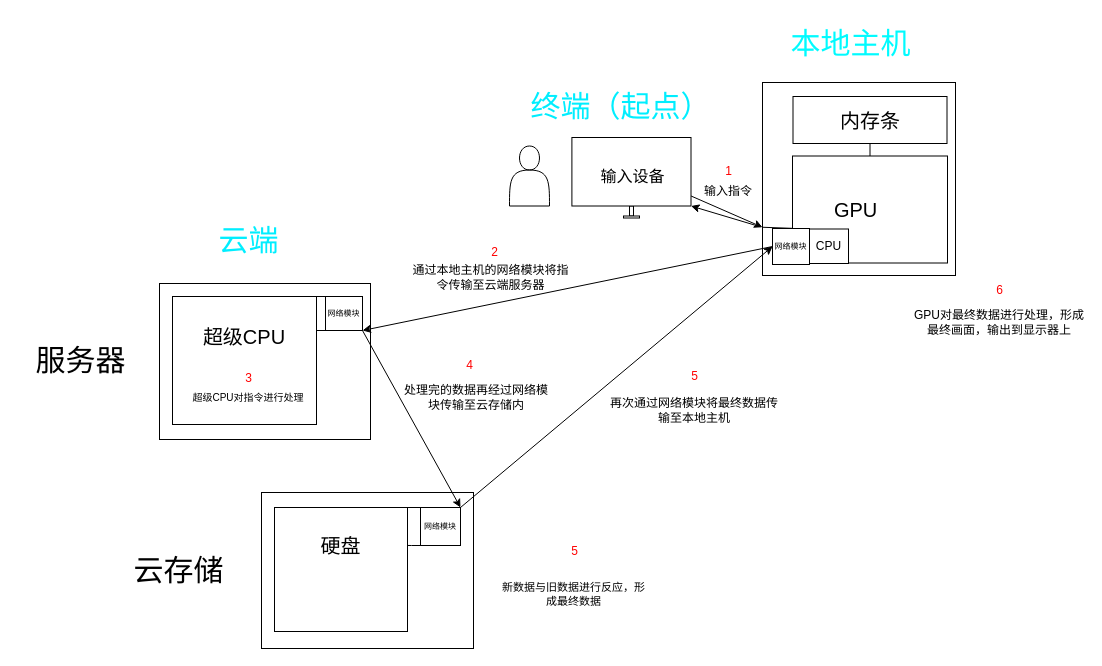
The draw.io diagram 新云技术.drawio in Yang66g/cloud-architecture, before the edit. Source tidied: cells renumbered, new cells numbered last; positions are measured from the earlier drawing's top-left corner, leaving out a move shared by most shapes. Both pictures are drawn from the tidied source at 100%, with x=0, y=0 at pixel (17, 17).
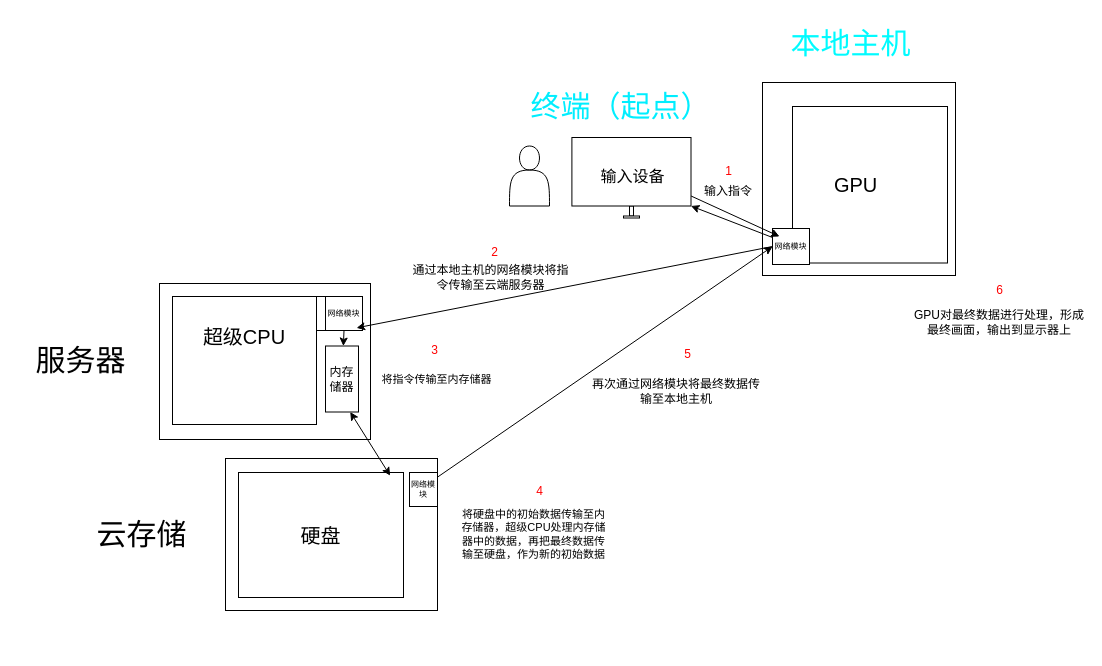
Above is the later version.

Unchanged cells that the change refers to:
```xml
<mxCell id="2" style="whiteSpace=wrap;html=1;" parent="1" vertex="1">
  <mxGeometry x="745" y="65" width="193" height="193" as="geometry" />
</mxCell>
<mxCell id="5" style="rounded=0;whiteSpace=wrap;html=1;fontSize=21;" parent="1" vertex="1">
  <mxGeometry x="554.4" y="120" width="119.1" height="68.5" as="geometry" />
</mxCell>
<mxCell id="17" value="网络模块" style="rounded=0;whiteSpace=wrap;html=1;fontSize=8;" parent="1" vertex="1">
  <mxGeometry x="755" y="211" width="37" height="36" as="geometry" />
</mxCell>
<mxCell id="18" value="网络模块" style="rounded=0;whiteSpace=wrap;html=1;fontSize=8;" parent="1" vertex="1">
  <mxGeometry x="308" y="279" width="37" height="34" as="geometry" />
</mxCell>
<mxCell id="25" value="输入设备" style="text;html=1;align=center;verticalAlign=middle;whiteSpace=wrap;rounded=0;fontSize=16;" parent="1" vertex="1">
  <mxGeometry x="556.6" y="138.5" width="117" height="40" as="geometry" />
</mxCell>
```

Change to the diagram source:
```diff
@@
     <mxCell id="6" value="GPU&amp;nbsp; &amp;nbsp; &amp;nbsp;" style="rounded=0;whiteSpace=wrap;html=1;fontSize=20;" parent="1" vertex="1">
-      <mxGeometry x="775" y="138.5" width="155" height="107" as="geometry" />
+      <mxGeometry x="775" y="89" width="155" height="156.5" as="geometry" />
     </mxCell>
-    <mxCell id="7" value="内存条" style="rounded=0;whiteSpace=wrap;html=1;fontSize=20;" parent="1" vertex="1">
-      <mxGeometry x="775.5" y="79" width="154" height="47" as="geometry" />
-    </mxCell>
-    <mxCell id="8" value="CPU" style="rounded=0;whiteSpace=wrap;html=1;" parent="1" vertex="1">
-      <mxGeometry x="792" y="211.5" width="39" height="34.5" as="geometry" />
-    </mxCell>
@@
     <mxCell id="11" style="rounded=0;whiteSpace=wrap;html=1;" parent="1" vertex="1">
-      <mxGeometry x="244" y="475" width="212" height="156" as="geometry" />
+      <mxGeometry x="208" y="441" width="212" height="152" as="geometry" />
     </mxCell>
@@
-    <mxCell id="13" style="endArrow=none;html=1;rounded=0;entryX=-0.003;entryY=0.676;entryDx=0;entryDy=0;entryPerimeter=0;exitX=0;exitY=0.75;exitDx=0;exitDy=0;" parent="1" edge="1" source="2" target="6">
-      <mxGeometry relative="1" as="geometry" />
-    </mxCell>
     <mxCell id="14" value="云存储" style="text;html=1;align=center;verticalAlign=middle;whiteSpace=wrap;rounded=0;fontSize=30;" parent="1" vertex="1">
-      <mxGeometry x="79" y="500.5" width="165" height="105" as="geometry" />
+      <mxGeometry x="42" y="464.5" width="165" height="105" as="geometry" />
     </mxCell>
-    <mxCell id="15" value="硬盘&lt;div&gt;&lt;br&gt;&lt;/div&gt;&lt;div&gt;&lt;br&gt;&lt;/div&gt;" style="rounded=0;whiteSpace=wrap;html=1;fontSize=20;" parent="1" vertex="1">
-      <mxGeometry x="257" y="490" width="133" height="124" as="geometry" />
+    <mxCell id="15" value="硬盘" style="rounded=0;whiteSpace=wrap;html=1;fontSize=20;" parent="1" vertex="1">
+      <mxGeometry x="221" y="455" width="165" height="125" as="geometry" />
     </mxCell>
@@
-    <mxCell id="19" value="网络模块" style="rounded=0;whiteSpace=wrap;html=1;fontSize=8;" parent="1" vertex="1">
-      <mxGeometry x="403" y="490" width="40" height="38" as="geometry" />
-    </mxCell>
-    <mxCell id="20" style="endArrow=none;html=1;rounded=0;entryX=0.5;entryY=1;entryDx=0;entryDy=0;exitX=0.5;exitY=0;exitDx=0;exitDy=0;" parent="1" edge="1" source="6" target="7">
-      <mxGeometry relative="1" as="geometry" />
-    </mxCell>
@@
-    <mxCell id="22" style="endArrow=classic;html=1;rounded=0;entryX=1;entryY=1;entryDx=0;entryDy=0;exitX=0;exitY=0.5;exitDx=0;exitDy=0;" parent="1" edge="1" source="17" target="18">
+    <mxCell id="22" style="endArrow=classic;html=1;rounded=0;entryX=0.84;entryY=0.922;entryDx=0;entryDy=0;exitX=0;exitY=0.5;exitDx=0;exitDy=0;entryPerimeter=0;" parent="1" edge="1" source="17" target="18">
       <mxGeometry relative="1" as="geometry" />
     </mxCell>
@@
-    <mxCell id="26" style="endArrow=classic;html=1;rounded=0;entryX=0;entryY=0.75;entryDx=0;entryDy=0;exitX=1;exitY=1;exitDx=0;exitDy=0;" parent="1" edge="1" source="25" target="2">
+    <mxCell id="26" style="endArrow=classic;html=1;rounded=0;entryX=0.189;entryY=0.222;entryDx=0;entryDy=0;exitX=1;exitY=1;exitDx=0;exitDy=0;entryPerimeter=0;" parent="1" edge="1" source="25" target="17">
       <mxGeometry relative="1" as="geometry" />
     </mxCell>
@@
-    <mxCell id="31" style="endArrow=classic;html=1;rounded=0;exitX=1;exitY=1;exitDx=0;exitDy=0;entryX=1;entryY=0;entryDx=0;entryDy=0;" parent="1" edge="1" source="18" target="19">
-      <mxGeometry relative="1" as="geometry" />
-    </mxCell>
@@
-    <mxCell id="33" value="超级CPU对指令进行处理" style="text;html=1;align=center;verticalAlign=middle;whiteSpace=wrap;rounded=0;fontSize=10;" parent="1" vertex="1">
-      <mxGeometry x="149" y="367" width="164" height="25" as="geometry" />
-    </mxCell>
-    <mxCell id="34" value="3" style="text;html=1;align=center;verticalAlign=middle;rounded=0;fontColor=#ff0000;" parent="1" vertex="1">
-      <mxGeometry x="201" y="346" width="60" height="30" as="geometry" />
-    </mxCell>
-    <mxCell id="35" value="4" style="text;html=1;align=center;verticalAlign=middle;rounded=0;fontColor=#ff0000;" parent="1" vertex="1">
-      <mxGeometry x="422" y="333" width="60" height="30" as="geometry" />
-    </mxCell>
-    <mxCell id="36" value="处理完的数据再经过网络模块传输至云存储内" style="text;html=1;align=center;verticalAlign=middle;whiteSpace=wrap;rounded=0;" parent="1" vertex="1">
-      <mxGeometry x="382" y="359" width="154" height="41" as="geometry" />
-    </mxCell>
-    <mxCell id="37" style="endArrow=none;html=1;rounded=0;exitX=1;exitY=0;exitDx=0;exitDy=0;entryX=0;entryY=0;entryDx=0;entryDy=0;" parent="1" edge="1" source="15" target="19">
-      <mxGeometry relative="1" as="geometry" />
-    </mxCell>
-    <mxCell id="38" style="endArrow=none;html=1;rounded=0;exitX=0;exitY=1;exitDx=0;exitDy=0;entryX=0.999;entryY=0.306;entryDx=0;entryDy=0;entryPerimeter=0;" parent="1" edge="1" source="19" target="15">
-      <mxGeometry relative="1" as="geometry">
-        <Array as="points">
-          <mxPoint x="394" y="528" />
-        </Array>
-      </mxGeometry>
-    </mxCell>
-    <mxCell id="39" value="5" style="text;html=1;align=center;verticalAlign=middle;rounded=0;fontColor=#ff0000;" parent="1" vertex="1">
-      <mxGeometry x="526.5" y="518.5" width="60" height="30" as="geometry" />
+    <mxCell id="39" value="4" style="text;html=1;align=center;verticalAlign=middle;rounded=0;fontColor=#ff0000;" parent="1" vertex="1">
+      <mxGeometry x="492" y="458.5" width="60" height="30" as="geometry" />
     </mxCell>
-    <mxCell id="40" value="新数据与旧数据进行反应，形成最终数据" style="text;html=1;align=center;verticalAlign=middle;whiteSpace=wrap;rounded=0;fontSize=11;strokeWidth=1;" parent="1" vertex="1">
-      <mxGeometry x="482" y="548.5" width="149" height="57" as="geometry" />
-    </mxCell>
-    <mxCell id="41" style="endArrow=classic;html=1;rounded=0;exitX=1;exitY=0;exitDx=0;exitDy=0;entryX=0;entryY=0.5;entryDx=0;entryDy=0;" parent="1" edge="1" source="19" target="17">
+    <mxCell id="41" style="endArrow=classic;html=1;rounded=0;entryX=0;entryY=0.5;entryDx=0;entryDy=0;exitX=0.514;exitY=0.412;exitDx=0;exitDy=0;exitPerimeter=0;" parent="1" edge="1" source="19" target="17">
       <mxGeometry relative="1" as="geometry" />
     </mxCell>
     <mxCell id="42" value="再次通过网络模块将最终数据传输至本地主机" style="text;html=1;align=center;verticalAlign=middle;whiteSpace=wrap;rounded=0;" parent="1" vertex="1">
-      <mxGeometry x="591" y="367" width="172" height="51" as="geometry" />
+      <mxGeometry x="573" y="348" width="172" height="51" as="geometry" />
     </mxCell>
     <mxCell id="43" value="5" style="text;html=1;align=center;verticalAlign=middle;rounded=0;fontColor=#ff0000;" parent="1" vertex="1">
-      <mxGeometry x="647" y="344" width="60" height="30" as="geometry" />
+      <mxGeometry x="639.5" y="322" width="60" height="30" as="geometry" />
     </mxCell>
@@
-    <mxCell id="46" style="endArrow=classic;html=1;rounded=0;entryX=1;entryY=1;entryDx=0;entryDy=0;" parent="1" edge="1" target="5">
-      <mxGeometry relative="1" as="geometry">
-        <mxPoint x="742" y="209" as="sourcePoint" />
-      </mxGeometry>
+    <mxCell id="46" style="endArrow=classic;html=1;rounded=0;entryX=1;entryY=1;entryDx=0;entryDy=0;exitX=0;exitY=0.25;exitDx=0;exitDy=0;" parent="1" edge="1" source="17" target="5">
+      <mxGeometry relative="1" as="geometry" />
     </mxCell>
-    <mxCell id="47" value="云端" style="text;html=1;align=center;verticalAlign=middle;whiteSpace=wrap;rounded=0;fontColor=#00eeff;fontSize=30;" parent="1" vertex="1">
-      <mxGeometry x="134.8" y="198.5" width="192.5" height="48" as="geometry" />
-    </mxCell>
+    <mxCell id="48" style="endArrow=classic;startArrow=classic;html=1;rounded=0;exitX=0.919;exitY=0.025;exitDx=0;exitDy=0;exitPerimeter=0;entryX=0.75;entryY=1;entryDx=0;entryDy=0;" parent="1" edge="1" source="15" target="50">
+      <mxGeometry relative="1" as="geometry" />
+    </mxCell>
+    <mxCell id="49" value="将硬盘中的初始数据传输至内存储器，超级CPU处理内存储器中的数据，再把最终数据传输至硬盘，作为新的初始数据" style="text;html=1;align=center;verticalAlign=middle;whiteSpace=wrap;rounded=0;fontSize=11;strokeWidth=1;" parent="1" vertex="1">
+      <mxGeometry x="442" y="488.5" width="149" height="57" as="geometry" />
+    </mxCell>
+    <mxCell id="50" value="内存储器" style="rounded=0;whiteSpace=wrap;html=1;" parent="1" vertex="1">
+      <mxGeometry x="308" y="328.5" width="33" height="66" as="geometry" />
+    </mxCell>
+    <mxCell id="34" value="3" style="text;html=1;align=center;verticalAlign=middle;rounded=0;fontColor=#ff0000;" parent="1" vertex="1">
+      <mxGeometry x="387" y="318" width="60" height="30" as="geometry" />
+    </mxCell>
+    <mxCell id="51" value="将指令传输至内存储器" style="text;html=1;align=center;verticalAlign=middle;whiteSpace=wrap;rounded=0;fontSize=11;strokeWidth=1;" parent="1" vertex="1">
+      <mxGeometry x="345" y="333" width="149" height="57" as="geometry" />
+    </mxCell>
+    <mxCell id="52" style="endArrow=classic;html=1;rounded=0;exitX=0.5;exitY=1;exitDx=0;exitDy=0;" parent="1" edge="1" source="18" target="50">
+      <mxGeometry relative="1" as="geometry" />
+    </mxCell>
+    <mxCell id="19" value="网络模块" style="rounded=0;whiteSpace=wrap;html=1;fontSize=8;" parent="1" vertex="1">
+      <mxGeometry x="392" y="455" width="28" height="34" as="geometry" />
+    </mxCell>
```
